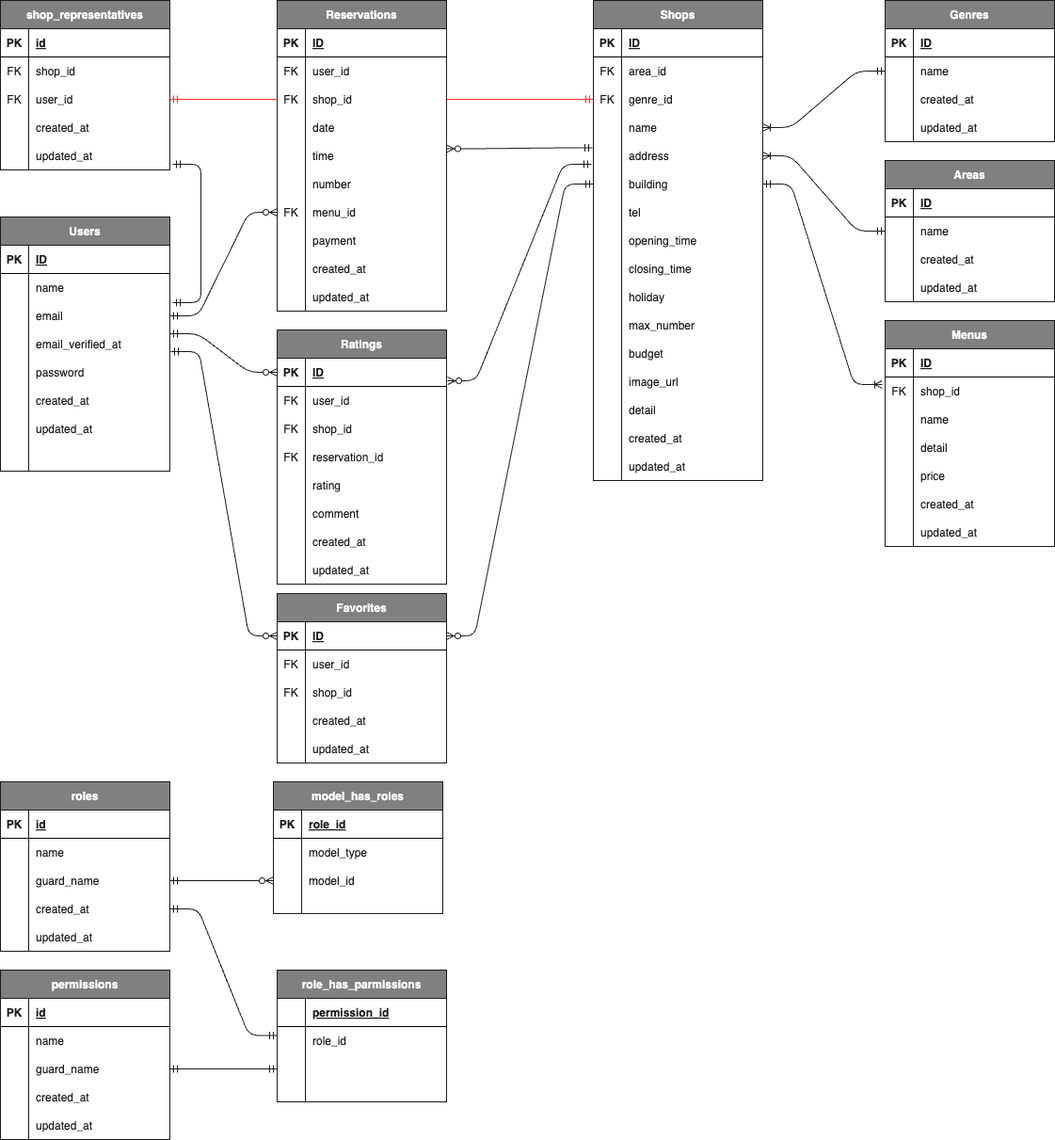
Before: src/Rese.drawio.png, a diagram exported from draw.io (k-sasaki066/Rese). Source tidied: cells renumbered, new cells last; positions are measured from the earlier drawing's top-left corner, leaving out a move shared by most shapes.
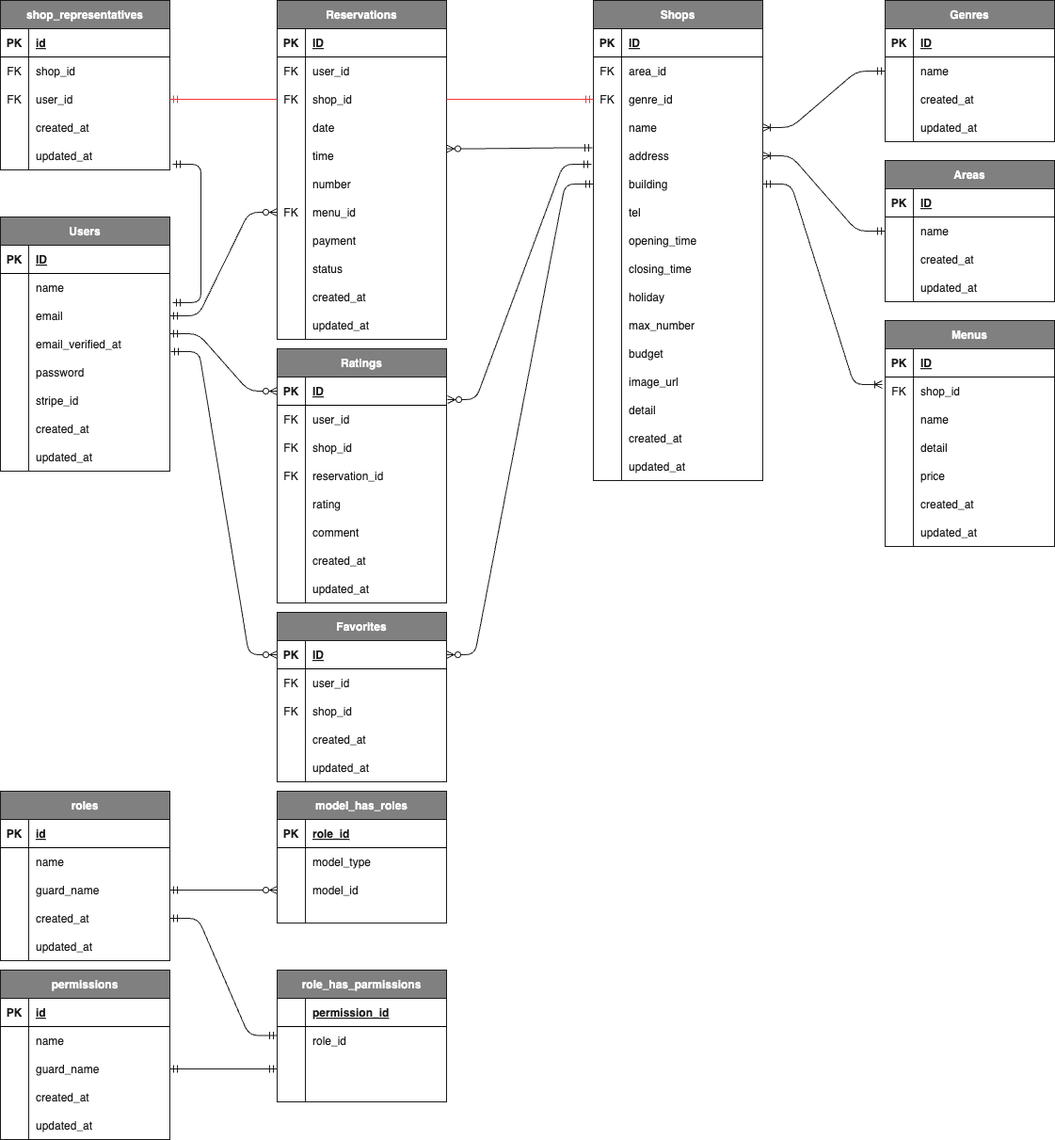
Above is the later version.

The edit, as a diff of the source:
```diff
@@ -81,7 +81,7 @@
       <mxGeometry x="30" width="150" height="30" as="geometry" />
     </mxCell>
     <mxCell id="28" value="Favorites" style="shape=table;startSize=30;rowLines=0;fontStyle=1;align=center;fontColor=#FFFFFF;labelBackgroundColor=none;labelBorderColor=none;fillColor=#808080;strokeColor=#1A1A1A;" parent="1" vertex="1">
-      <mxGeometry x="294" y="630" width="180" height="180" as="geometry" />
+      <mxGeometry x="294" y="650" width="180" height="180" as="geometry" />
     </mxCell>
     <mxCell id="29" style="shape=tableRow;horizontal=0;startSize=0;swimlaneHead=0;swimlaneBody=0;fillColor=none;points=[[0,0.5],[1,0.5]];portConstraint=eastwest;top=0;left=0;right=0;bottom=1;fontColor=#1A1A1A;" parent="28" vertex="1">
       <mxGeometry y="30" width="180" height="30" as="geometry" />
@@ -195,7 +195,7 @@
       <mxGeometry x="30" width="150" height="30" as="geometry" />
     </mxCell>
     <mxCell id="66" value="Ratings" style="shape=table;startSize=30;rowLines=0;fontStyle=1;align=center;fontColor=#FFFFFF;labelBackgroundColor=none;labelBorderColor=none;fillColor=#808080;strokeColor=#1A1A1A;" parent="1" vertex="1">
-      <mxGeometry x="294" y="350" width="180" height="270" as="geometry" />
+      <mxGeometry x="294" y="370" width="180" height="270" as="geometry" />
     </mxCell>
     <mxCell id="67" style="shape=tableRow;horizontal=0;startSize=0;swimlaneHead=0;swimlaneBody=0;fillColor=none;points=[[0,0.5],[1,0.5]];portConstraint=eastwest;top=0;left=0;right=0;bottom=1;fontColor=#1A1A1A;" parent="66" vertex="1">
       <mxGeometry y="30" width="180" height="30" as="geometry" />
@@ -470,7 +470,7 @@
     <mxCell id="157" style="shape=partialRectangle;fillColor=none;top=0;left=0;bottom=0;right=0;overflow=hidden;labelBackgroundColor=none;labelBorderColor=none;strokeColor=#1A1A1A;fontColor=#1A1A1A;" parent="156" vertex="1">
       <mxGeometry width="30" height="30" as="geometry" />
     </mxCell>
-    <mxCell id="158" value="created_at" style="shape=partialRectangle;fillColor=none;top=0;left=0;bottom=0;right=0;align=left;spacingLeft=6;overflow=hidden;labelBackgroundColor=none;labelBorderColor=none;strokeColor=#1A1A1A;fontColor=#1A1A1A;" parent="156" vertex="1">
+    <mxCell id="158" value="stripe_id" style="shape=partialRectangle;fillColor=none;top=0;left=0;bottom=0;right=0;align=left;spacingLeft=6;overflow=hidden;labelBackgroundColor=none;labelBorderColor=none;strokeColor=#1A1A1A;fontColor=#1A1A1A;" parent="156" vertex="1">
       <mxGeometry x="30" width="150" height="30" as="geometry" />
     </mxCell>
     <mxCell id="159" style="shape=tableRow;horizontal=0;startSize=0;swimlaneHead=0;swimlaneBody=0;fillColor=none;top=0;left=0;right=0;bottom=0;fontColor=#1A1A1A;" parent="140" vertex="1">
@@ -479,7 +479,7 @@
     <mxCell id="160" style="shape=partialRectangle;fillColor=none;top=0;left=0;bottom=0;right=0;overflow=hidden;fontColor=#1A1A1A;" parent="159" vertex="1">
       <mxGeometry width="30" height="30" as="geometry" />
     </mxCell>
-    <mxCell id="161" value="updated_at" style="shape=partialRectangle;fillColor=none;top=0;left=0;bottom=0;right=0;align=left;spacingLeft=6;overflow=hidden;fontColor=#1A1A1A;" parent="159" vertex="1">
+    <mxCell id="161" value="created_at" style="shape=partialRectangle;fillColor=none;top=0;left=0;bottom=0;right=0;align=left;spacingLeft=6;overflow=hidden;fontColor=#1A1A1A;" parent="159" vertex="1">
       <mxGeometry x="30" width="150" height="30" as="geometry" />
     </mxCell>
     <mxCell id="162" style="shape=tableRow;horizontal=0;startSize=0;swimlaneHead=0;swimlaneBody=0;fillColor=none;top=0;left=0;right=0;bottom=0;fontColor=#1A1A1A;" parent="140" vertex="1">
@@ -488,11 +488,11 @@
     <mxCell id="163" style="shape=partialRectangle;fillColor=none;top=0;left=0;bottom=0;right=0;overflow=hidden;fontColor=#1A1A1A;" parent="162" vertex="1">
       <mxGeometry width="30" height="30" as="geometry" />
     </mxCell>
-    <mxCell id="164" style="shape=partialRectangle;fillColor=none;top=0;left=0;bottom=0;right=0;align=left;spacingLeft=6;overflow=hidden;fontColor=#1A1A1A;" parent="162" vertex="1">
+    <mxCell id="164" value="updated_at" style="shape=partialRectangle;fillColor=none;top=0;left=0;bottom=0;right=0;align=left;spacingLeft=6;overflow=hidden;fontColor=#1A1A1A;" parent="162" vertex="1">
       <mxGeometry x="30" width="150" height="30" as="geometry" />
     </mxCell>
     <mxCell id="165" value="model_has_roles" style="shape=table;startSize=30;rowLines=0;fontStyle=1;align=center;fontColor=#FFFFFF;labelBackgroundColor=none;labelBorderColor=none;fillColor=#808080;strokeColor=#1A1A1A;" parent="1" vertex="1">
-      <mxGeometry x="290" y="830" width="180" height="140" as="geometry" />
+      <mxGeometry x="294" y="840" width="180" height="140" as="geometry" />
     </mxCell>
     <mxCell id="166" style="shape=tableRow;horizontal=0;startSize=0;swimlaneHead=0;swimlaneBody=0;fillColor=none;top=0;left=0;right=0;bottom=1;fontColor=#1A1A1A;" parent="165" vertex="1">
       <mxGeometry y="30" width="180" height="30" as="geometry" />
@@ -579,7 +579,7 @@
       <mxGeometry x="30" width="150" height="30" as="geometry" />
     </mxCell>
     <mxCell id="194" value="roles" style="shape=table;startSize=30;rowLines=0;fontStyle=1;align=center;fontColor=#FFFFFF;labelBackgroundColor=none;labelBorderColor=none;fillColor=#808080;strokeColor=#1A1A1A;" parent="1" vertex="1">
-      <mxGeometry y="830" width="180" height="180" as="geometry" />
+      <mxGeometry y="840" width="180" height="180" as="geometry" />
     </mxCell>
     <mxCell id="195" style="shape=tableRow;horizontal=0;startSize=0;swimlaneHead=0;swimlaneBody=0;fillColor=none;top=0;left=0;right=0;bottom=1;fontColor=#1A1A1A;" parent="194" vertex="1">
       <mxGeometry y="30" width="180" height="30" as="geometry" />
@@ -755,7 +755,7 @@
       <mxGeometry relative="1" as="geometry" />
     </mxCell>
     <mxCell id="252" value="Reservations" style="shape=table;startSize=30;rowLines=0;fontStyle=1;align=center;fontColor=#FFFFFF;labelBackgroundColor=none;labelBorderColor=none;fillColor=#808080;strokeColor=#1A1A1A;" parent="1" vertex="1">
-      <mxGeometry x="294" width="180" height="330" as="geometry" />
+      <mxGeometry x="294" width="180" height="360" as="geometry" />
     </mxCell>
     <mxCell id="253" style="shape=tableRow;horizontal=0;startSize=0;swimlaneHead=0;swimlaneBody=0;fillColor=none;top=0;left=0;right=0;bottom=1;fontColor=#1A1A1A;" parent="252" vertex="1">
       <mxGeometry y="30" width="180" height="30" as="geometry" />
@@ -829,8 +829,17 @@
     <mxCell id="276" value="payment" style="shape=partialRectangle;fillColor=none;top=0;left=0;bottom=0;right=0;align=left;spacingLeft=6;overflow=hidden;fontColor=#1A1A1A;" parent="274" vertex="1">
       <mxGeometry x="30" width="150" height="30" as="geometry" />
     </mxCell>
+    <mxCell id="285" style="shape=tableRow;horizontal=0;startSize=0;swimlaneHead=0;swimlaneBody=0;fillColor=none;top=0;left=0;right=0;bottom=0;" parent="252" vertex="1">
+      <mxGeometry y="270" width="180" height="30" as="geometry" />
+    </mxCell>
+    <mxCell id="286" style="shape=partialRectangle;fillColor=none;top=0;left=0;bottom=0;right=0;overflow=hidden;" parent="285" vertex="1">
+      <mxGeometry width="30" height="30" as="geometry" />
+    </mxCell>
+    <mxCell id="287" value="status" style="shape=partialRectangle;fillColor=none;top=0;left=0;bottom=0;right=0;align=left;spacingLeft=6;overflow=hidden;fontColor=#1A1A1A;" parent="285" vertex="1">
+      <mxGeometry x="30" width="150" height="30" as="geometry" />
+    </mxCell>
     <mxCell id="277" style="shape=tableRow;horizontal=0;startSize=0;swimlaneHead=0;swimlaneBody=0;fillColor=none;top=0;left=0;right=0;bottom=0;labelBackgroundColor=none;labelBorderColor=none;strokeColor=#1A1A1A;fontColor=#1A1A1A;" parent="252" vertex="1">
-      <mxGeometry y="270" width="180" height="30" as="geometry" />
+      <mxGeometry y="300" width="180" height="30" as="geometry" />
     </mxCell>
     <mxCell id="278" style="shape=partialRectangle;fillColor=none;top=0;left=0;bottom=0;right=0;overflow=hidden;labelBackgroundColor=none;labelBorderColor=none;strokeColor=#1A1A1A;fontColor=#1A1A1A;" parent="277" vertex="1">
       <mxGeometry width="30" height="30" as="geometry" />
@@ -839,7 +848,7 @@
       <mxGeometry x="30" width="150" height="30" as="geometry" />
     </mxCell>
     <mxCell id="280" style="shape=tableRow;horizontal=0;startSize=0;swimlaneHead=0;swimlaneBody=0;fillColor=none;top=0;left=0;right=0;bottom=0;fontColor=#1A1A1A;" parent="252" vertex="1">
-      <mxGeometry y="300" width="180" height="30" as="geometry" />
+      <mxGeometry y="330" width="180" height="30" as="geometry" />
     </mxCell>
     <mxCell id="281" style="shape=partialRectangle;fillColor=none;top=0;left=0;bottom=0;right=0;overflow=hidden;fontColor=#1A1A1A;" parent="280" vertex="1">
       <mxGeometry width="30" height="30" as="geometry" />
```
